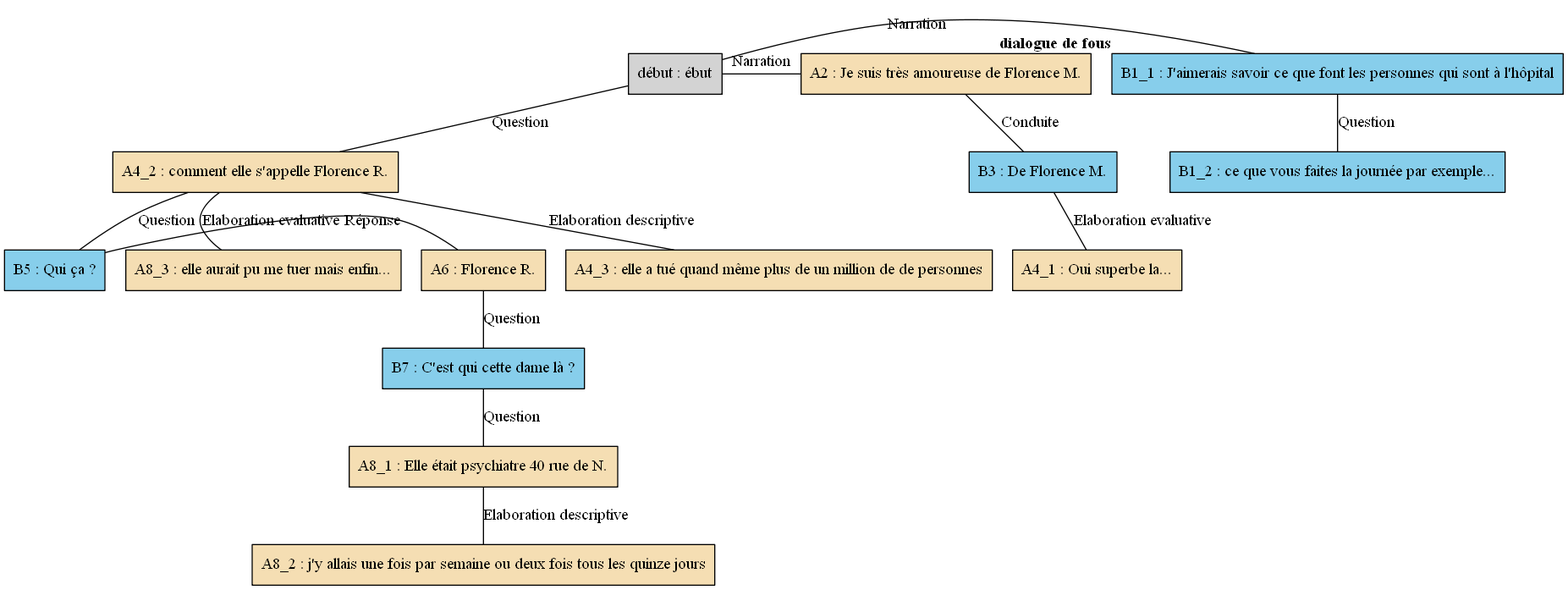
Before: arbres/Florence/Florence_-_E07.gv.png, a diagram exported from Graphviz (AlaixComet/AnnotationSlamPTut). Its source is kept beside it as arbres/Florence/Florence_-_E07.gv. Its diagram source:
```dot
digraph E07 {
	node [shape=box style=filled]
	"début" [label="début : ébut" xlabel=""]
	B1_1 [label="B1_1 : J'aimerais savoir ce que font les personnes qui sont à l'hôpital" fillcolor=skyblue xlabel=<<B>dialogue de fous</B>>]
	B1_2 [label="B1_2 : ce que vous faites la journée par exemple..." fillcolor=skyblue xlabel=""]
	A2 [label="A2 : Je suis très amoureuse de Florence M." fillcolor=wheat xlabel=""]
	B3 [label="B3 : De Florence M." fillcolor=skyblue xlabel=""]
	A4_1 [label="A4_1 : Oui superbe la..." fillcolor=wheat xlabel=""]
	A4_2 [label="A4_2 : comment elle s'appelle Florence R." fillcolor=wheat xlabel=""]
	A4_3 [label="A4_3 : elle a tué quand même plus de un million de de personnes" fillcolor=wheat xlabel=""]
	B5 [label="B5 : Qui ça ?" fillcolor=skyblue xlabel=""]
	A6 [label="A6 : Florence R." fillcolor=wheat xlabel=""]
	B7 [label="B7 : C'est qui cette dame là ?" fillcolor=skyblue xlabel=""]
	A8_1 [label="A8_1 : Elle était psychiatre 40 rue de N." fillcolor=wheat xlabel=""]
	A8_2 [label="A8_2 : j'y allais une fois par semaine ou deux fois tous les quinze jours" fillcolor=wheat xlabel=""]
	A8_3 [label="A8_3 : elle aurait pu me tuer mais enfin..." fillcolor=wheat xlabel=""]
	{
		rank=same
		"début"
		B1_1
		"début" -> B1_1 [label=Narration dir=none]
	}
	B1_1 -> B1_2 [label=Question dir=none]
	{
		rank=same
		"début"
		A2
		"début" -> A2 [label=Narration dir=none]
	}
	A2 -> B3 [label=Conduite dir=none]
	B3 -> A4_1 [label="Elaboration evaluative" dir=none]
	"début" -> A4_2 [label=Question dir=none]
	A4_2 -> A4_3 [label="Elaboration descriptive" dir=none]
	A4_2 -> B5 [label=Question dir=none]
	{
		rank=same
		B5
		A6
		B5 -> A6 [label="Réponse" dir=none]
	}
	A6 -> B7 [label=Question dir=none]
	B7 -> A8_1 [label=Question dir=none]
	A8_1 -> A8_2 [label="Elaboration descriptive" dir=none]
	A4_2 -> A8_3 [label="Elaboration evaluative" dir=none]
}
```
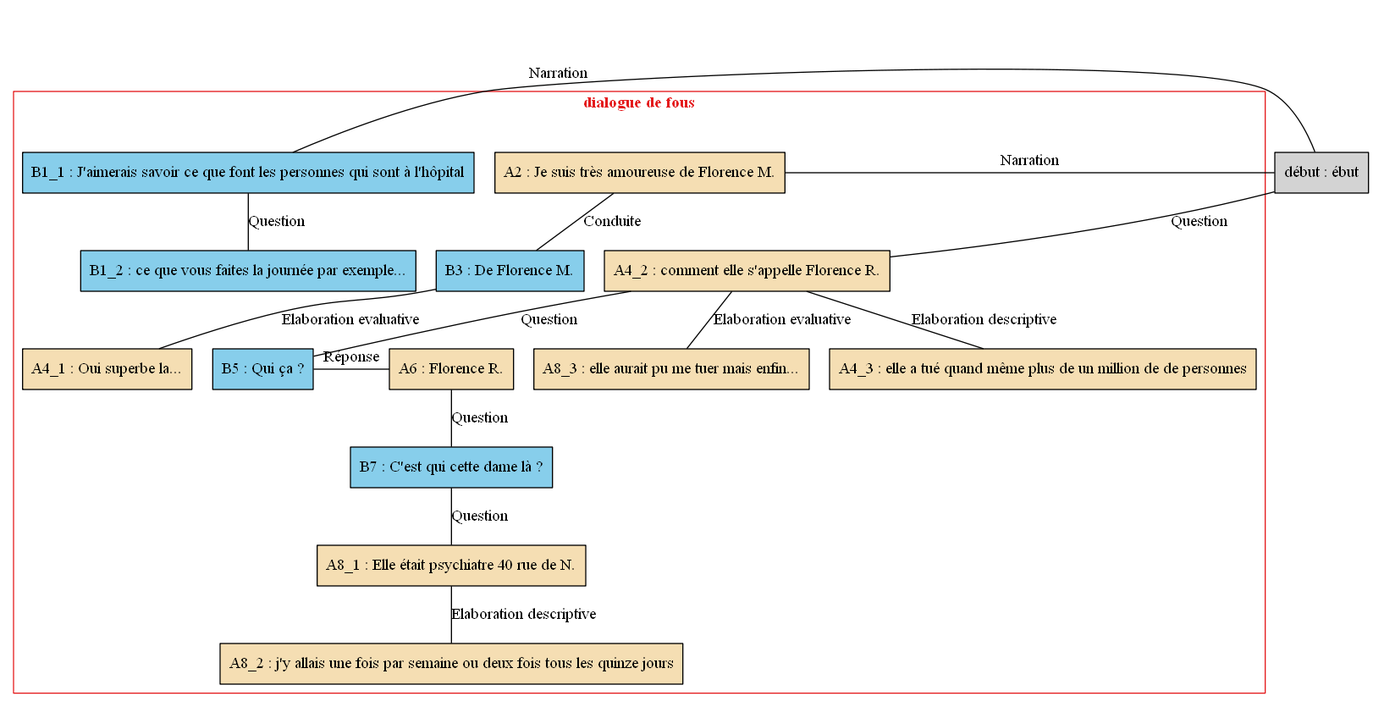
Later version of the same file.

The edit, as a diff of the source:
```diff
@@ -1,45 +1,55 @@
 digraph E07 {
 	node [shape=box style=filled]
-	"début" [label="début : ébut" xlabel=""]
-	B1_1 [label="B1_1 : J'aimerais savoir ce que font les personnes qui sont à l'hôpital" fillcolor=skyblue xlabel=<<B>dialogue de fous</B>>]
-	B1_2 [label="B1_2 : ce que vous faites la journée par exemple..." fillcolor=skyblue xlabel=""]
-	A2 [label="A2 : Je suis très amoureuse de Florence M." fillcolor=wheat xlabel=""]
-	B3 [label="B3 : De Florence M." fillcolor=skyblue xlabel=""]
-	A4_1 [label="A4_1 : Oui superbe la..." fillcolor=wheat xlabel=""]
-	A4_2 [label="A4_2 : comment elle s'appelle Florence R." fillcolor=wheat xlabel=""]
-	A4_3 [label="A4_3 : elle a tué quand même plus de un million de de personnes" fillcolor=wheat xlabel=""]
-	B5 [label="B5 : Qui ça ?" fillcolor=skyblue xlabel=""]
-	A6 [label="A6 : Florence R." fillcolor=wheat xlabel=""]
-	B7 [label="B7 : C'est qui cette dame là ?" fillcolor=skyblue xlabel=""]
-	A8_1 [label="A8_1 : Elle était psychiatre 40 rue de N." fillcolor=wheat xlabel=""]
-	A8_2 [label="A8_2 : j'y allais une fois par semaine ou deux fois tous les quinze jours" fillcolor=wheat xlabel=""]
-	A8_3 [label="A8_3 : elle aurait pu me tuer mais enfin..." fillcolor=wheat xlabel=""]
-	{
-		rank=same
-		"début"
+	newrank=true
+	zero [style=invis]
+	"début" [label="début : ébut"]
+	B1_1 [label="B1_1 : J'aimerais savoir ce que font les personnes qui sont à l'hôpital" fillcolor=skyblue]
+	B1_2 [label="B1_2 : ce que vous faites la journée par exemple..." fillcolor=skyblue]
+	A2 [label="A2 : Je suis très amoureuse de Florence M." fillcolor=wheat]
+	B3 [label="B3 : De Florence M." fillcolor=skyblue]
+	A4_1 [label="A4_1 : Oui superbe la..." fillcolor=wheat]
+	A4_2 [label="A4_2 : comment elle s'appelle Florence R." fillcolor=wheat]
+	A4_3 [label="A4_3 : elle a tué quand même plus de un million de de personnes" fillcolor=wheat]
+	B5 [label="B5 : Qui ça ?" fillcolor=skyblue]
+	A6 [label="A6 : Florence R." fillcolor=wheat]
+	B7 [label="B7 : C'est qui cette dame là ?" fillcolor=skyblue]
+	A8_1 [label="A8_1 : Elle était psychiatre 40 rue de N." fillcolor=wheat]
+	A8_2 [label="A8_2 : j'y allais une fois par semaine ou deux fois tous les quinze jours" fillcolor=wheat]
+	A8_3 [label="A8_3 : elle aurait pu me tuer mais enfin..." fillcolor=wheat]
+	zero -> "début" [label="" style=invis]
+	zero -> B1_1 [style=invis weight=1]
+	"début" -> B1_1 [label=Narration constraint=false dir=none]
+	B1_1 -> B1_2 [label=Question dir=none weight=2]
+	zero -> A2 [style=invis weight=1]
+	"début" -> A2 [label=Narration constraint=false dir=none]
+	A2 -> B3 [label=Conduite dir=none weight=2]
+	B3 -> A4_1 [label="Elaboration evaluative" dir=none weight=2]
+	"début" -> A4_2 [label=Question dir=none weight=2]
+	A4_2 -> A4_3 [label="Elaboration descriptive" dir=none weight=2]
+	A4_2 -> B5 [label=Question dir=none weight=2]
+	A4_2 -> A6 [style=invis weight=1]
+	B5 -> A6 [label="Réponse" constraint=false dir=none]
+	A6 -> B7 [label=Question dir=none weight=2]
+	B7 -> A8_1 [label=Question dir=none weight=2]
+	A8_1 -> A8_2 [label="Elaboration descriptive" dir=none weight=2]
+	A4_2 -> A8_3 [label="Elaboration evaluative" dir=none weight=2]
+	subgraph cluster_1 {
+		label=<<B>dialogue de fous</B>>
+		colorscheme=set19
+		color=1
+		fontcolor=1
 		B1_1
-		"début" -> B1_1 [label=Narration dir=none]
-	}
-	B1_1 -> B1_2 [label=Question dir=none]
-	{
-		rank=same
-		"début"
+		B1_2
 		A2
-		"début" -> A2 [label=Narration dir=none]
-	}
-	A2 -> B3 [label=Conduite dir=none]
-	B3 -> A4_1 [label="Elaboration evaluative" dir=none]
-	"début" -> A4_2 [label=Question dir=none]
-	A4_2 -> A4_3 [label="Elaboration descriptive" dir=none]
-	A4_2 -> B5 [label=Question dir=none]
-	{
-		rank=same
+		B3
+		A4_1
+		A4_2
+		A4_3
 		B5
 		A6
-		B5 -> A6 [label="Réponse" dir=none]
+		B7
+		A8_1
+		A8_2
+		A8_3
 	}
-	A6 -> B7 [label=Question dir=none]
-	B7 -> A8_1 [label=Question dir=none]
-	A8_1 -> A8_2 [label="Elaboration descriptive" dir=none]
-	A4_2 -> A8_3 [label="Elaboration evaluative" dir=none]
 }
```
